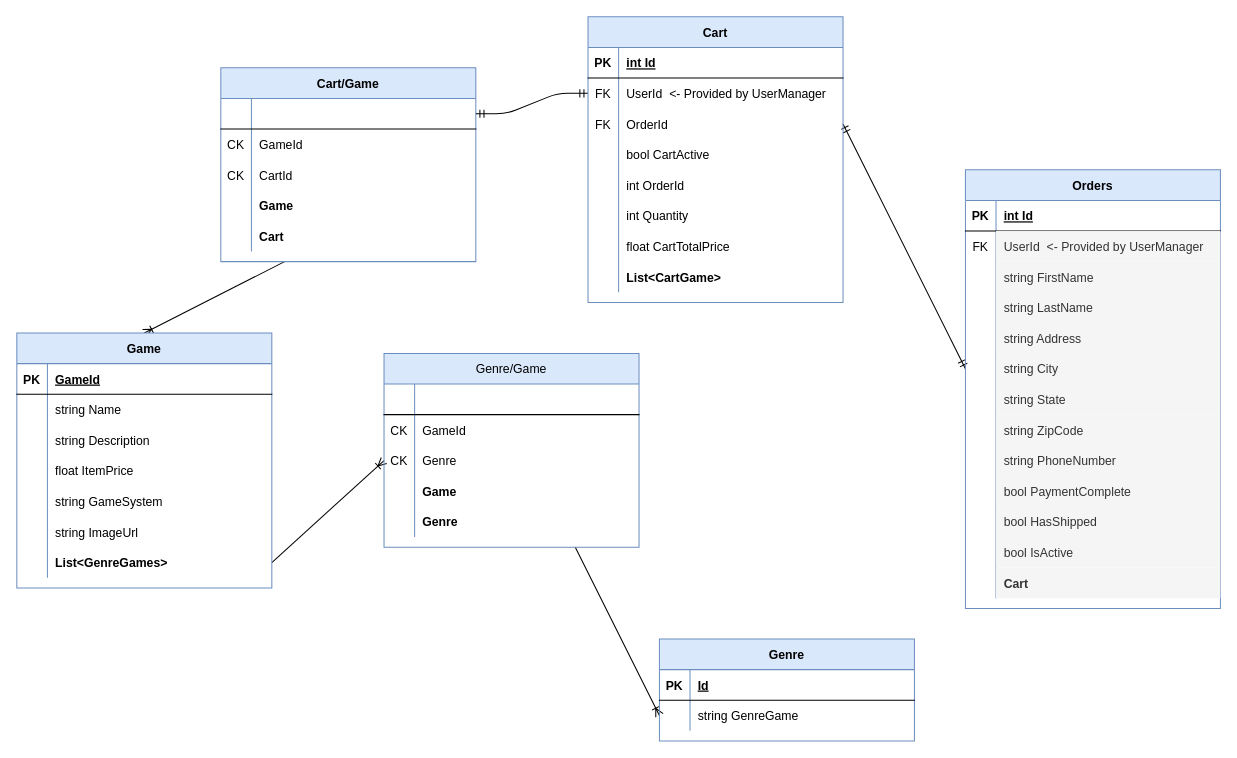
4a50/Ecomm-Site-RetroGame keeps this draw.io diagram as EcommerceApp/Assets/RetroGameERD.drawio. Above is the earlier version. Source tidied: cells renumbered, new cells numbered last; positions are measured from the earlier drawing's top-left corner, leaving out a move shared by most shapes. Both pictures are drawn from the tidied source at 102%, with x=0, y=0 at pixel (16, 16).
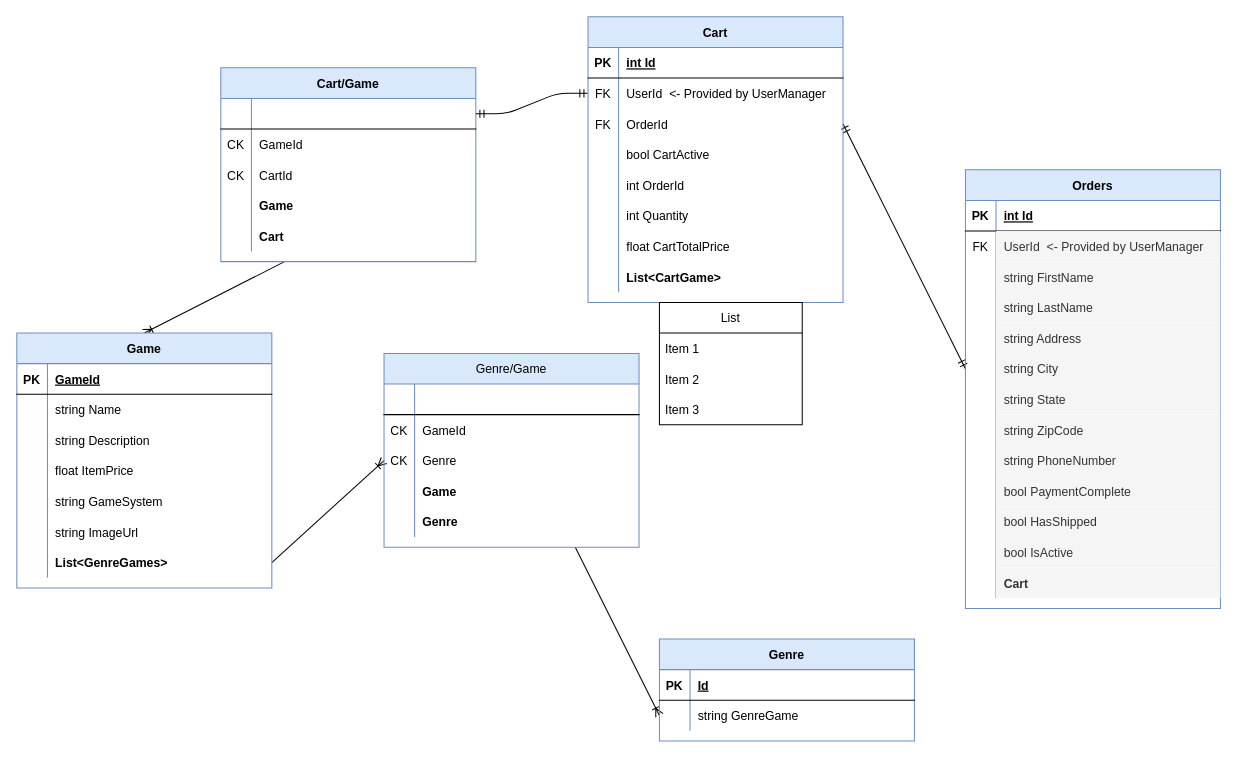
After the change.

Change to the diagram source:
```diff
@@
+    <mxCell id="133" value="List" style="swimlane;fontStyle=0;horizontal=1;startSize=30;" parent="1" vertex="1">
+      <mxGeometry x="630" y="280" width="140" height="120" as="geometry" />
+    </mxCell>
+    <mxCell id="134" value="Item 1" style="text;strokeColor=none;fillColor=none;align=left;verticalAlign=middle;spacingLeft=4;spacingRight=4;overflow=hidden;" parent="133" vertex="1">
+      <mxGeometry y="30" width="140" height="30" as="geometry" />
+    </mxCell>
+    <mxCell id="135" value="Item 2" style="text;strokeColor=none;fillColor=none;align=left;verticalAlign=middle;spacingLeft=4;spacingRight=4;overflow=hidden;" parent="133" vertex="1">
+      <mxGeometry y="60" width="140" height="30" as="geometry" />
+    </mxCell>
+    <mxCell id="136" value="Item 3" style="text;strokeColor=none;fillColor=none;align=left;verticalAlign=middle;spacingLeft=4;spacingRight=4;overflow=hidden;" parent="133" vertex="1">
+      <mxGeometry y="90" width="140" height="30" as="geometry" />
+    </mxCell>
```
